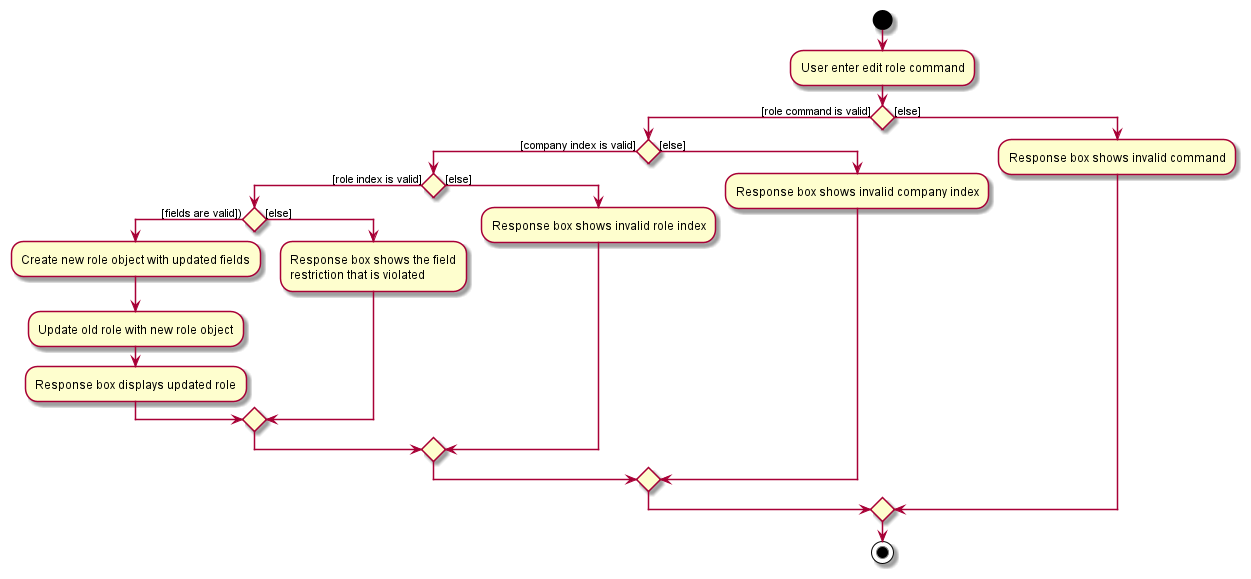
Before: docs/images/EditRoleActivityDiagram.png, a diagram exported from PlantUML (nus-cs2103-AY2122S2/tp). Source of this version:
```plantuml
@startuml

start
:User enter edit role command;

if () then ([role command is valid])
    if () then ([company index is valid])
        if () then ([role index is valid])
            if () then ([fields are valid]))
                :Create new role object with updated fields;
                :Update old role with new role object;
                :Response box displays updated role;
            else ([else])
                :Response box shows the field
                restriction that is violated;
            endif
        else ([else])
            :Response box shows invalid role index;
        endif
    else ([else])
        :Response box shows invalid company index;
    endif
else ([else])
    :Response box shows invalid command;
endif
stop
@enduml
```
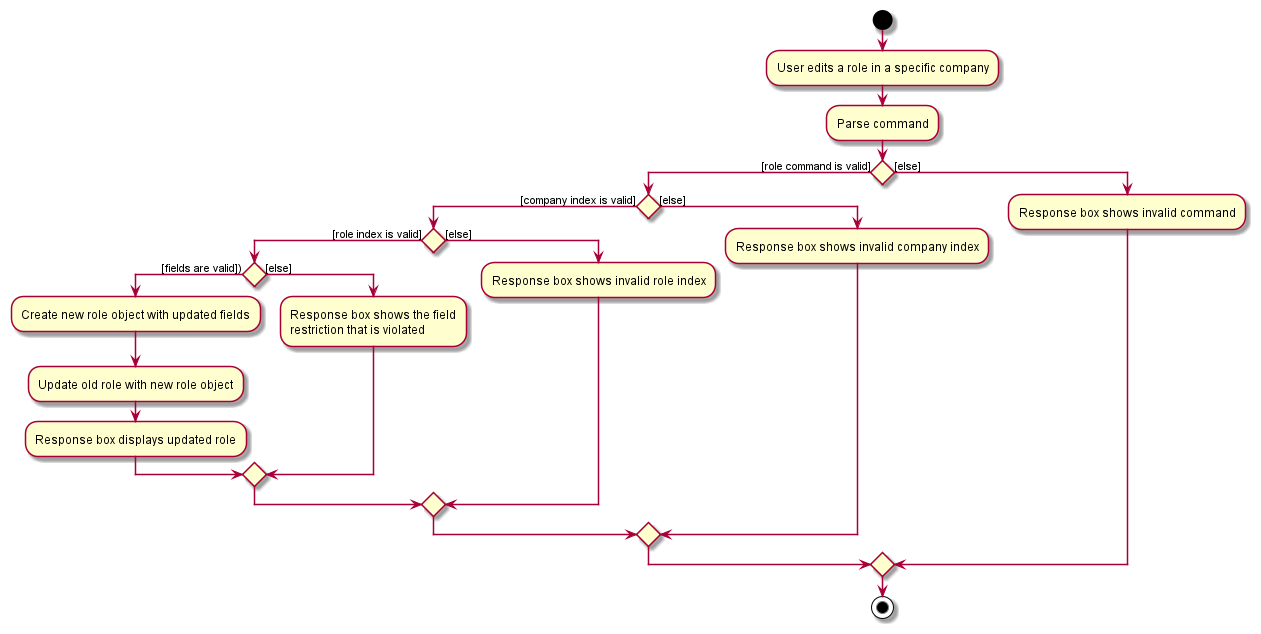
Later version of the same file.

What changed in the source:
```diff
@@ -1,7 +1,8 @@
 @startuml
 
 start
-:User enter edit role command;
+:User edits a role in a specific company;
+:Parse command;
 
 if () then ([role command is valid])
     if () then ([company index is valid])
```
